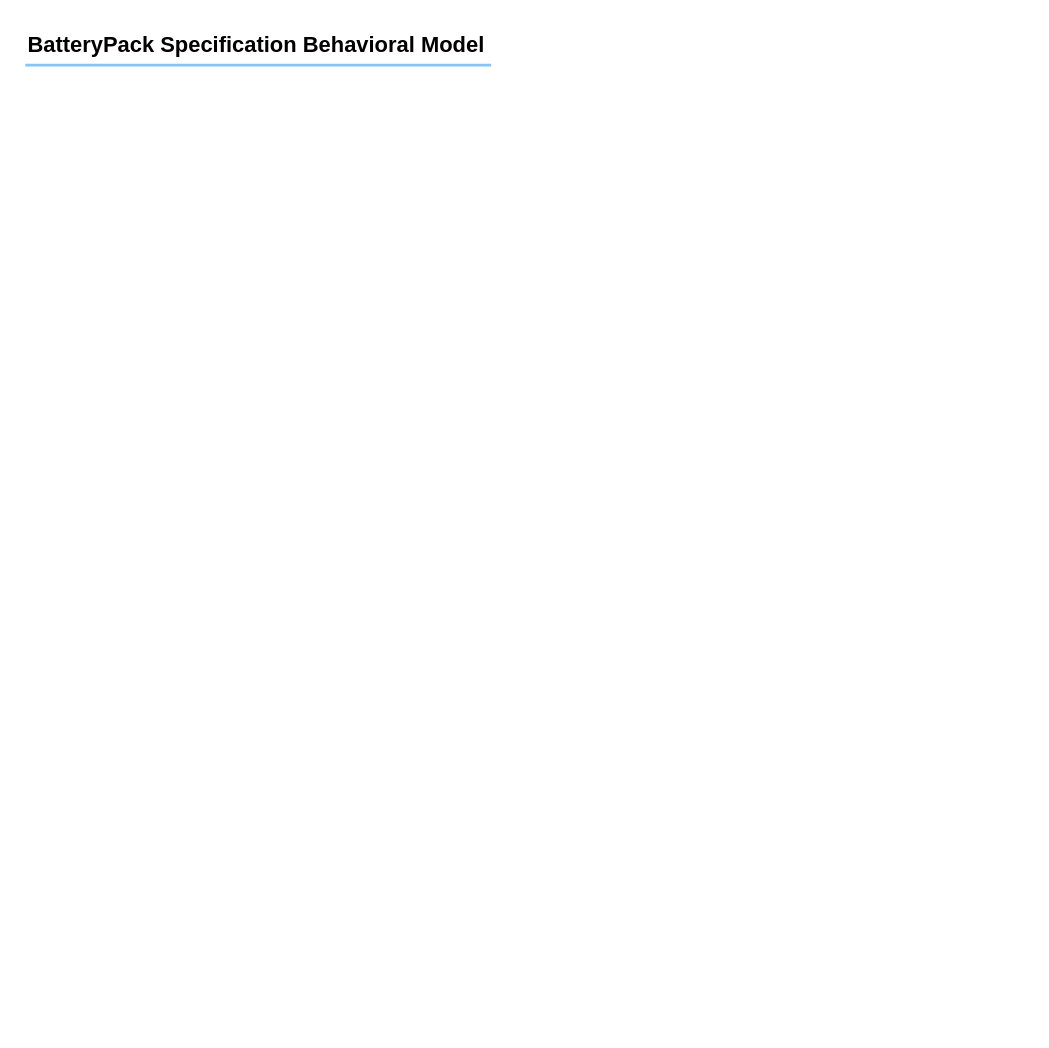
Above: KobrA-BatteryPack-Specification-Behavioral-Model-v4.drawio in Mohammad-Si/convide-A02-MVE (draw.io), before the change. Source tidied: cells renumbered, new cells numbered last; positions are measured from the earlier drawing's top-left corner, leaving out a move shared by most shapes. Both pictures are drawn from the tidied source at 137%, with x=0, y=0 at pixel (25, 23).
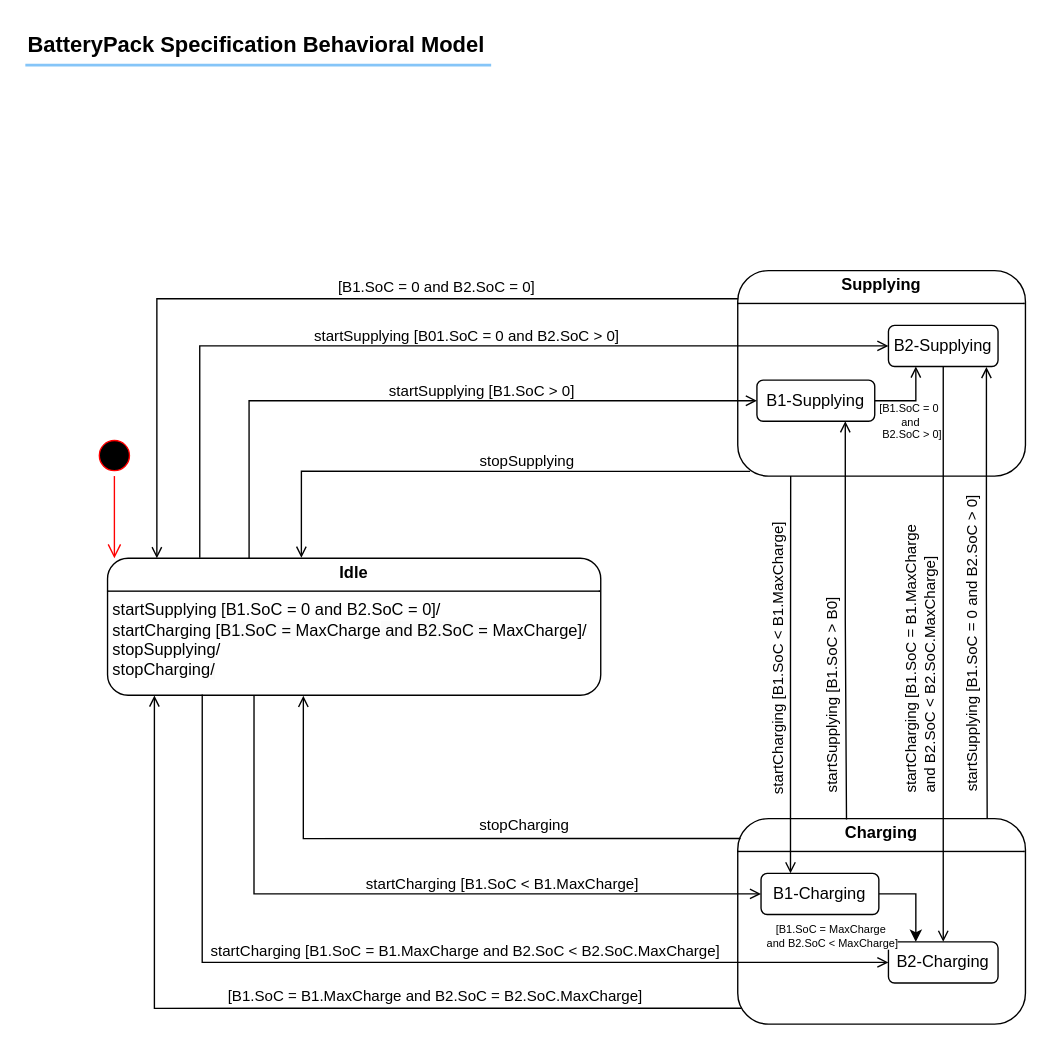
The same page after the edit.

What changed in the source:
```diff
@@
+    <mxCell id="4" style="ellipse;html=1;shape=startState;fillColor=#000000;strokeColor=#ff0000;" parent="1" vertex="1">
+      <mxGeometry x="50" y="300" width="30" height="30" as="geometry" />
+    </mxCell>
+    <mxCell id="5" style="edgeStyle=orthogonalEdgeStyle;html=1;verticalAlign=bottom;endArrow=open;endSize=8;strokeColor=#ff0000;rounded=0;entryX=0.5;entryY=0;entryDx=0;entryDy=0;" parent="1" edge="1" source="4">
+      <mxGeometry relative="1" as="geometry">
+        <mxPoint x="65" y="390" as="targetPoint" />
+      </mxGeometry>
+    </mxCell>
+    <mxCell id="6" value="&lt;p style=&quot;margin:0px;margin-top:4px;text-align:center;&quot;&gt;&lt;b&gt;Idle&lt;/b&gt;&lt;/p&gt;&lt;hr size=&quot;1&quot; style=&quot;border-style:solid;&quot;&gt;&lt;p style=&quot;margin: 0px 0px 0px 4px;&quot;&gt;startSupplying [B1.SoC = 0 and B2.SoC = 0]/&lt;/p&gt;&lt;p style=&quot;margin: 0px 0px 0px 4px;&quot;&gt;&lt;span style=&quot;color: light-dark(rgb(0, 0, 0), rgb(255, 255, 255)); background-color: transparent;&quot;&gt;startCharging&lt;/span&gt;&lt;span style=&quot;text-align: center; text-wrap-mode: nowrap; background-color: rgb(255, 255, 255);&quot;&gt;&amp;nbsp;[&lt;span style=&quot;text-align: left; text-wrap-mode: wrap; background-color: rgb(251, 251, 251);&quot;&gt;B1.SoC =&amp;nbsp;&lt;/span&gt;MaxCharge&lt;span style=&quot;text-align: left; text-wrap-mode: wrap; background-color: rgb(251, 251, 251);&quot;&gt;&amp;nbsp;and B2.SoC =&lt;/span&gt;&amp;nbsp;MaxCharge]/&lt;/span&gt;&lt;/p&gt;&lt;p style=&quot;margin: 0px 0px 0px 4px;&quot;&gt;&lt;span style=&quot;background-color: transparent; color: light-dark(rgb(0, 0, 0), rgb(255, 255, 255));&quot;&gt;stopSupplying&lt;/span&gt;/&lt;/p&gt;&lt;p style=&quot;margin: 0px 0px 0px 4px;&quot;&gt;&lt;span style=&quot;color: light-dark(rgb(0, 0, 0), rgb(255, 255, 255)); background-color: rgb(255, 255, 255);&quot;&gt;stopCharging&lt;/span&gt;&lt;span style=&quot;background-color: light-dark(rgb(251, 251, 251), rgb(21, 21, 21)); color: light-dark(rgb(0, 0, 0), rgb(255, 255, 255));&quot;&gt;/&lt;/span&gt;&lt;/p&gt;&lt;p style=&quot;margin:0px;margin-left:4px;&quot;&gt;&lt;br&gt;&lt;/p&gt;&lt;p style=&quot;margin:0px;margin-left:4px;&quot;&gt;&lt;br&gt;&lt;/p&gt;" style="verticalAlign=top;align=left;overflow=fill;html=1;whiteSpace=wrap;rounded=1;" parent="1" vertex="1">
+      <mxGeometry x="60" y="390" width="360" height="100" as="geometry" />
+    </mxCell>
+    <mxCell id="7" value="&lt;p style=&quot;margin:0px;margin-top:4px;text-align:center;&quot;&gt;&lt;b&gt;Supplying&lt;/b&gt;&lt;/p&gt;&lt;hr size=&quot;1&quot; style=&quot;border-style:solid;&quot;&gt;&lt;p style=&quot;margin:0px;margin-left:4px;&quot;&gt;&lt;br&gt;&lt;/p&gt;&lt;p style=&quot;margin:0px;margin-left:4px;&quot;&gt;&lt;br&gt;&lt;/p&gt;&lt;p style=&quot;margin:0px;margin-left:4px;&quot;&gt;&lt;br&gt;&lt;/p&gt;" style="verticalAlign=top;align=left;overflow=fill;html=1;whiteSpace=wrap;rounded=1;" parent="1" vertex="1">
+      <mxGeometry x="520" y="180" width="210" height="150" as="geometry" />
+    </mxCell>
+    <mxCell id="8" style="edgeStyle=orthogonalEdgeStyle;rounded=0;jettySize=auto;html=1;exitX=1;exitY=0.5;exitDx=0;exitDy=0;entryX=0.25;entryY=1;entryDx=0;entryDy=0;strokeColor=default;align=center;verticalAlign=middle;fontFamily=Helvetica;fontSize=11;fontColor=default;labelBackgroundColor=default;endArrow=open;endFill=0;" parent="1" edge="1" source="10" target="11">
+      <mxGeometry relative="1" as="geometry" />
+    </mxCell>
+    <mxCell id="9" value="[B1.SoC = 0&amp;nbsp;&lt;div&gt;and&lt;/div&gt;&lt;div&gt;&amp;nbsp;B2.SoC &amp;gt; 0]&lt;/div&gt;" style="edgeLabel;html=1;align=center;verticalAlign=middle;fontSize=8;" parent="8" vertex="1">
+      <mxGeometry x="-0.06" y="-1" relative="1" as="geometry">
+        <mxPoint x="-1" y="14" as="offset" />
+      </mxGeometry>
+    </mxCell>
+    <mxCell id="10" value="B1-Supplying" style="rounded=1;whiteSpace=wrap;html=1;" parent="1" vertex="1">
+      <mxGeometry x="534" y="260" width="86" height="30" as="geometry" />
+    </mxCell>
+    <mxCell id="11" value="B2-Supplying" style="rounded=1;whiteSpace=wrap;html=1;" parent="1" vertex="1">
+      <mxGeometry x="630" y="220" width="80" height="30" as="geometry" />
+    </mxCell>
+    <mxCell id="12" style="group;" parent="1" vertex="1">
+      <mxGeometry x="520" y="580" width="210" height="150" as="geometry" />
+    </mxCell>
+    <mxCell id="13" value="&lt;p style=&quot;margin:0px;margin-top:4px;text-align:center;&quot;&gt;&lt;b&gt;Charging&lt;/b&gt;&lt;/p&gt;&lt;hr size=&quot;1&quot; style=&quot;border-style:solid;&quot;&gt;&lt;p style=&quot;margin:0px;margin-left:4px;&quot;&gt;&lt;br&gt;&lt;/p&gt;&lt;p style=&quot;margin:0px;margin-left:4px;&quot;&gt;&lt;br&gt;&lt;/p&gt;&lt;p style=&quot;margin:0px;margin-left:4px;&quot;&gt;&lt;br&gt;&lt;/p&gt;" style="verticalAlign=top;align=left;overflow=fill;html=1;whiteSpace=wrap;rounded=1;" parent="12" vertex="1">
+      <mxGeometry width="210" height="150" as="geometry" />
+    </mxCell>
+    <mxCell id="14" style="edgeStyle=orthogonalEdgeStyle;rounded=0;jettySize=auto;html=1;exitX=1;exitY=0.5;exitDx=0;exitDy=0;entryX=0.25;entryY=0;entryDx=0;entryDy=0;" parent="12" edge="1" source="15" target="16">
+      <mxGeometry relative="1" as="geometry" />
+    </mxCell>
+    <mxCell id="15" value="B1-Charging" style="rounded=1;whiteSpace=wrap;html=1;" parent="12" vertex="1">
+      <mxGeometry x="17" y="40" width="86" height="30" as="geometry" />
+    </mxCell>
+    <mxCell id="16" value="B2-Charging" style="rounded=1;whiteSpace=wrap;html=1;" parent="12" vertex="1">
+      <mxGeometry x="110" y="90" width="80" height="30" as="geometry" />
+    </mxCell>
+    <mxCell id="17" value="[B1.SoC = MaxCharge&amp;nbsp;&lt;div&gt;and&amp;nbsp;&lt;span style=&quot;background-color: light-dark(#ffffff, var(--ge-dark-color, #121212)); color: light-dark(rgb(0, 0, 0), rgb(255, 255, 255));&quot;&gt;B2.SoC &amp;lt; MaxCharge]&lt;/span&gt;&lt;/div&gt;" style="edgeLabel;html=1;align=center;verticalAlign=middle;fontSize=8;" parent="12" vertex="1">
+      <mxGeometry x="70" y="-239" as="geometry">
+        <mxPoint x="-2" y="324" as="offset" />
+      </mxGeometry>
+    </mxCell>
+    <mxCell id="18" style="edgeStyle=orthogonalEdgeStyle;rounded=0;jettySize=auto;html=1;exitX=0.043;exitY=0.977;exitDx=0;exitDy=0;entryX=0.393;entryY=-0.004;entryDx=0;entryDy=0;endArrow=open;endFill=0;exitPerimeter=0;entryPerimeter=0;" parent="1" edge="1" source="7" target="6">
+      <mxGeometry relative="1" as="geometry" />
+    </mxCell>
+    <mxCell id="19" value="stopSupplying" style="edgeLabel;html=1;align=center;verticalAlign=middle;labelBackgroundColor=none;" parent="18" vertex="1">
+      <mxGeometry x="-0.16" y="1" relative="1" as="geometry">
+        <mxPoint y="-9" as="offset" />
+      </mxGeometry>
+    </mxCell>
+    <mxCell id="20" style="edgeStyle=orthogonalEdgeStyle;rounded=0;jettySize=auto;html=1;exitX=0.001;exitY=0.137;exitDx=0;exitDy=0;entryX=0.1;entryY=0;entryDx=0;entryDy=0;exitPerimeter=0;strokeColor=default;align=center;verticalAlign=middle;fontFamily=Helvetica;fontSize=11;fontColor=default;labelBackgroundColor=default;endArrow=open;endFill=0;entryPerimeter=0;" parent="1" edge="1" source="7" target="6">
+      <mxGeometry relative="1" as="geometry" />
+    </mxCell>
+    <mxCell id="21" value="[B1.SoC = 0 and B2.SoC = 0]" style="edgeLabel;html=1;align=center;verticalAlign=middle;labelBackgroundColor=none;" parent="20" vertex="1">
+      <mxGeometry x="-0.28" relative="1" as="geometry">
+        <mxPoint y="-9" as="offset" />
+      </mxGeometry>
+    </mxCell>
+    <mxCell id="22" style="edgeStyle=orthogonalEdgeStyle;rounded=0;jettySize=auto;html=1;exitX=0;exitY=0.5;exitDx=0;exitDy=0;entryX=0.287;entryY=0.002;entryDx=0;entryDy=0;endArrow=none;endFill=0;startArrow=open;startFill=0;entryPerimeter=0;" parent="1" edge="1" source="10" target="6">
+      <mxGeometry relative="1" as="geometry" />
+    </mxCell>
+    <mxCell id="23" value="startSupplying [B1.SoC &amp;gt; 0]" style="edgeLabel;html=1;align=center;verticalAlign=middle;labelBackgroundColor=none;" parent="22" vertex="1">
+      <mxGeometry x="-0.17" y="1" relative="1" as="geometry">
+        <mxPoint y="-9" as="offset" />
+      </mxGeometry>
+    </mxCell>
+    <mxCell id="24" style="edgeStyle=orthogonalEdgeStyle;rounded=0;jettySize=auto;html=1;exitX=0;exitY=0.5;exitDx=0;exitDy=0;entryX=0.187;entryY=-0.004;entryDx=0;entryDy=0;entryPerimeter=0;strokeColor=default;align=center;verticalAlign=middle;fontFamily=Helvetica;fontSize=11;fontColor=default;labelBackgroundColor=default;endArrow=none;endFill=0;startArrow=open;startFill=0;" parent="1" edge="1" source="11" target="6">
+      <mxGeometry relative="1" as="geometry" />
+    </mxCell>
+    <mxCell id="25" value="startSupplying [B01.SoC = 0 and B2.SoC &amp;gt; 0]" style="edgeLabel;html=1;align=center;verticalAlign=middle;labelBackgroundColor=none;" parent="24" vertex="1">
+      <mxGeometry x="-0.06" y="1" relative="1" as="geometry">
+        <mxPoint y="-9" as="offset" />
+      </mxGeometry>
+    </mxCell>
+    <mxCell id="26" style="edgeStyle=orthogonalEdgeStyle;rounded=0;jettySize=auto;html=1;exitX=0.01;exitY=0.097;exitDx=0;exitDy=0;entryX=0.397;entryY=1.004;entryDx=0;entryDy=0;exitPerimeter=0;strokeColor=default;align=center;verticalAlign=middle;fontFamily=Helvetica;fontSize=11;fontColor=default;labelBackgroundColor=default;endArrow=open;endFill=0;entryPerimeter=0;" parent="1" edge="1" source="13" target="6">
+      <mxGeometry relative="1" as="geometry" />
+    </mxCell>
+    <mxCell id="27" value="stopCharging" style="edgeLabel;html=1;align=center;verticalAlign=middle;labelBackgroundColor=none;" parent="26" vertex="1">
+      <mxGeometry x="-0.25" y="-1" relative="1" as="geometry">
+        <mxPoint y="-9" as="offset" />
+      </mxGeometry>
+    </mxCell>
+    <mxCell id="28" style="edgeStyle=orthogonalEdgeStyle;rounded=0;jettySize=auto;html=1;exitX=0.013;exitY=0.923;exitDx=0;exitDy=0;entryX=0.095;entryY=1.002;entryDx=0;entryDy=0;entryPerimeter=0;exitPerimeter=0;strokeColor=default;align=center;verticalAlign=middle;fontFamily=Helvetica;fontSize=11;fontColor=default;labelBackgroundColor=default;endArrow=open;endFill=0;" parent="1" edge="1" source="13" target="6">
+      <mxGeometry relative="1" as="geometry" />
+    </mxCell>
+    <mxCell id="29" value="[B1.SoC = B1.MaxCharge and B2.SoC = B2.SoC.MaxCharge]" style="edgeLabel;html=1;align=center;verticalAlign=middle;labelBackgroundColor=none;" parent="28" vertex="1">
+      <mxGeometry x="-0.3" relative="1" as="geometry">
+        <mxPoint x="6" y="-9" as="offset" />
+      </mxGeometry>
+    </mxCell>
+    <mxCell id="30" style="edgeStyle=orthogonalEdgeStyle;rounded=0;jettySize=auto;html=1;entryX=0.297;entryY=1.004;entryDx=0;entryDy=0;entryPerimeter=0;strokeColor=default;align=center;verticalAlign=middle;fontFamily=Helvetica;fontSize=11;fontColor=default;labelBackgroundColor=default;endArrow=none;endFill=0;startArrow=open;startFill=0;" parent="1" edge="1" source="15" target="6">
+      <mxGeometry relative="1" as="geometry" />
+    </mxCell>
+    <mxCell id="31" value="startCharging [B1.SoC &amp;lt; B1.MaxCharge]" style="edgeLabel;html=1;align=center;verticalAlign=middle;labelBackgroundColor=none;" parent="30" vertex="1">
+      <mxGeometry x="-0.26" y="1" relative="1" as="geometry">
+        <mxPoint y="-9" as="offset" />
+      </mxGeometry>
+    </mxCell>
+    <mxCell id="32" style="edgeStyle=orthogonalEdgeStyle;rounded=0;jettySize=auto;html=1;entryX=0.192;entryY=0.994;entryDx=0;entryDy=0;entryPerimeter=0;endArrow=none;endFill=0;startArrow=open;startFill=0;" parent="1" edge="1" source="16" target="6">
+      <mxGeometry relative="1" as="geometry" />
+    </mxCell>
+    <mxCell id="33" value="startCharging [B1.SoC = B1.MaxCharge and B2.SoC &amp;lt; B2.SoC.MaxCharge]" style="edgeLabel;html=1;align=center;verticalAlign=middle;labelBackgroundColor=none;" parent="32" vertex="1">
+      <mxGeometry x="-0.02" relative="1" as="geometry">
+        <mxPoint x="31" y="-9" as="offset" />
+      </mxGeometry>
+    </mxCell>
+    <mxCell id="34" style="edgeStyle=orthogonalEdgeStyle;rounded=0;jettySize=auto;html=1;entryX=0.5;entryY=0;entryDx=0;entryDy=0;strokeColor=default;align=center;verticalAlign=middle;fontFamily=Helvetica;fontSize=11;fontColor=default;labelBackgroundColor=default;endArrow=open;endFill=0;" parent="1" edge="1" source="11" target="16">
+      <mxGeometry relative="1" as="geometry" />
+    </mxCell>
+    <mxCell id="35" value="&lt;span style=&quot;&quot;&gt;startCharging [B1.SoC = B1.MaxCharge&amp;nbsp;&lt;/span&gt;&lt;div&gt;&lt;span style=&quot;&quot;&gt;and B2.SoC &amp;lt; B2.SoC.MaxCharge]&lt;/span&gt;&lt;/div&gt;" style="edgeLabel;html=1;align=left;verticalAlign=middle;rotation=270;labelBackgroundColor=none;" parent="34" vertex="1">
+      <mxGeometry x="-0.02" y="-1" relative="1" as="geometry">
+        <mxPoint x="-16" y="108" as="offset" />
+      </mxGeometry>
+    </mxCell>
+    <mxCell id="36" style="edgeStyle=orthogonalEdgeStyle;rounded=0;jettySize=auto;html=1;exitX=0.894;exitY=1.014;exitDx=0;exitDy=0;entryX=0.867;entryY=-0.002;entryDx=0;entryDy=0;entryPerimeter=0;endArrow=none;endFill=0;startArrow=open;startFill=0;exitPerimeter=0;" parent="1" edge="1" source="11" target="13">
+      <mxGeometry relative="1" as="geometry" />
+    </mxCell>
+    <mxCell id="37" value="startSupplying [&lt;span style=&quot;&quot;&gt;B1.SoC = 0 and B2.SoC &amp;gt; 0&lt;/span&gt;]" style="edgeLabel;html=1;align=center;verticalAlign=middle;rotation=270;labelBackgroundColor=none;" parent="36" vertex="1">
+      <mxGeometry x="0.34" y="-1" relative="1" as="geometry">
+        <mxPoint x="-10" y="-17" as="offset" />
+      </mxGeometry>
+    </mxCell>
+    <mxCell id="38" style="edgeStyle=orthogonalEdgeStyle;rounded=0;jettySize=auto;html=1;exitX=0.75;exitY=1;exitDx=0;exitDy=0;entryX=0.378;entryY=0.005;entryDx=0;entryDy=0;entryPerimeter=0;endArrow=none;endFill=0;startArrow=open;startFill=0;" parent="1" edge="1" source="10" target="13">
+      <mxGeometry relative="1" as="geometry" />
+    </mxCell>
+    <mxCell id="39" value="startSupplying [B1.SoC &amp;gt; B0]" style="edgeLabel;html=1;align=center;verticalAlign=middle;rotation=270;labelBackgroundColor=none;" parent="38" vertex="1">
+      <mxGeometry x="0.33" y="-1" relative="1" as="geometry">
+        <mxPoint x="-10" y="8" as="offset" />
+      </mxGeometry>
+    </mxCell>
+    <mxCell id="40" style="edgeStyle=orthogonalEdgeStyle;rounded=0;jettySize=auto;html=1;exitX=0.25;exitY=0;exitDx=0;exitDy=0;entryX=0.184;entryY=1;entryDx=0;entryDy=0;entryPerimeter=0;endArrow=none;endFill=0;startArrow=open;startFill=0;" parent="1" edge="1" source="15" target="7">
+      <mxGeometry relative="1" as="geometry" />
+    </mxCell>
+    <mxCell id="41" value="startCharging [B1.SoC &amp;lt; B1.MaxCharge]" style="edgeLabel;html=1;align=center;verticalAlign=middle;rotation=270;labelBackgroundColor=none;" parent="40" vertex="1">
+      <mxGeometry x="0.16" relative="1" as="geometry">
+        <mxPoint x="-10" y="12" as="offset" />
+      </mxGeometry>
+    </mxCell>
```
